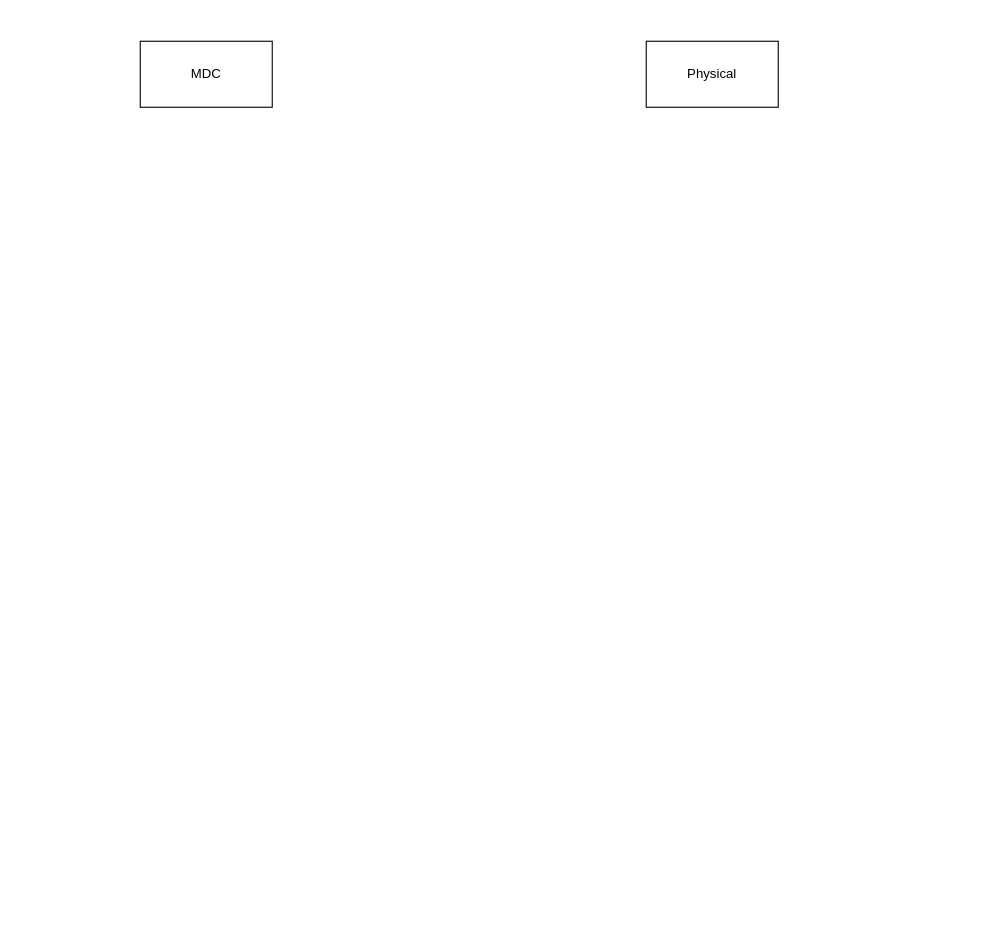
Before: study/Test_Structure.drawio in q30china/draw, a draw.io diagram. Source tidied: cells renumbered, new cells numbered last; positions are measured from the earlier drawing's top-left corner, leaving out a move shared by most shapes. Both pictures are drawn from the tidied source at 110%, with x=0, y=0 at pixel (140, 41).
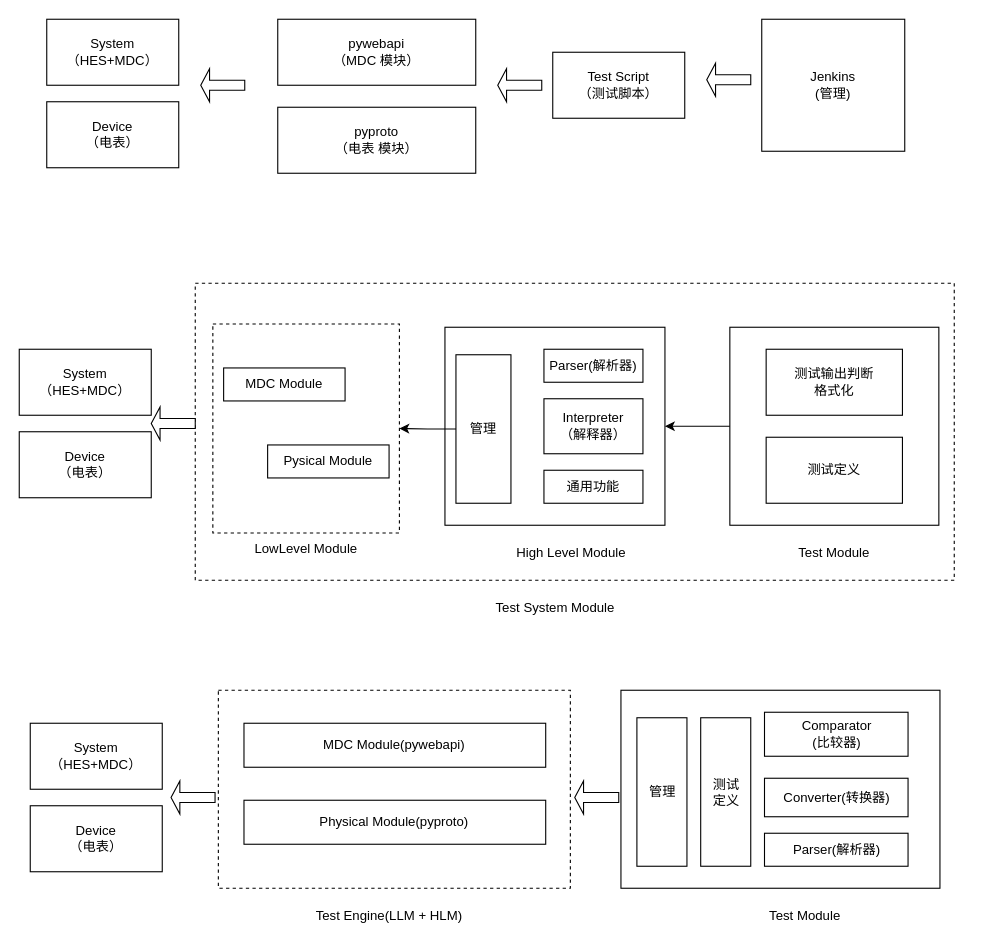
The same page after the edit.

What changed in the source:
```diff
@@
+    <mxCell id="4" style="group;" parent="1" vertex="1">
+      <mxGeometry x="-85" y="-20" width="780" height="140" as="geometry" />
+    </mxCell>
-    <mxCell id="2" value="MDC" style="rounded=0;whiteSpace=wrap;html=1;" parent="1" vertex="1">
-      <mxGeometry width="120" height="60" as="geometry" />
+    <mxCell id="2" value="Test Script&lt;div&gt;（测试脚本）&lt;/div&gt;" style="rounded=0;whiteSpace=wrap;html=1;" parent="4" vertex="1">
+      <mxGeometry x="460" y="30" width="120" height="60" as="geometry" />
     </mxCell>
-    <mxCell id="3" value="Physical" style="rounded=0;whiteSpace=wrap;html=1;" parent="1" vertex="1">
-      <mxGeometry x="460" width="120" height="60" as="geometry" />
+    <mxCell id="3" value="Jenkins&lt;div&gt;(管理)&lt;/div&gt;" style="rounded=0;whiteSpace=wrap;html=1;" parent="4" vertex="1">
+      <mxGeometry x="650" width="130" height="120" as="geometry" />
     </mxCell>
+    <mxCell id="5" value="pywebapi&lt;br&gt;&lt;div&gt;（MDC 模块）&lt;/div&gt;" style="rounded=0;whiteSpace=wrap;html=1;" parent="4" vertex="1">
+      <mxGeometry x="210" width="180" height="60" as="geometry" />
+    </mxCell>
+    <mxCell id="6" value="pyproto&lt;br&gt;&lt;div&gt;（电表 模块）&lt;/div&gt;" style="rounded=0;whiteSpace=wrap;html=1;" parent="4" vertex="1">
+      <mxGeometry x="210" y="80" width="180" height="60" as="geometry" />
+    </mxCell>
+    <mxCell id="7" style="shape=singleArrow;direction=west;whiteSpace=wrap;html=1;" parent="4" vertex="1">
+      <mxGeometry x="600" y="40" width="40" height="30" as="geometry" />
+    </mxCell>
+    <mxCell id="8" style="shape=singleArrow;direction=west;whiteSpace=wrap;html=1;" parent="4" vertex="1">
+      <mxGeometry x="410" y="45" width="40" height="30" as="geometry" />
+    </mxCell>
+    <mxCell id="9" style="shape=singleArrow;direction=west;whiteSpace=wrap;html=1;" parent="4" vertex="1">
+      <mxGeometry x="140" y="45" width="40" height="30" as="geometry" />
+    </mxCell>
+    <mxCell id="10" style="group;" parent="4" vertex="1">
+      <mxGeometry width="120" height="135" as="geometry" />
+    </mxCell>
+    <mxCell id="11" value="System&lt;div&gt;（HES+MDC）&lt;/div&gt;" style="rounded=0;whiteSpace=wrap;html=1;" parent="10" vertex="1">
+      <mxGeometry width="120" height="60" as="geometry" />
+    </mxCell>
+    <mxCell id="12" value="Device&lt;div&gt;（电表）&lt;/div&gt;" style="rounded=0;whiteSpace=wrap;html=1;" parent="10" vertex="1">
+      <mxGeometry y="75" width="120" height="60" as="geometry" />
+    </mxCell>
+    <mxCell id="13" style="group;" parent="1" vertex="1">
+      <mxGeometry x="-100" y="590" width="850" height="220" as="geometry" />
+    </mxCell>
+    <mxCell id="14" style="group;" parent="13" vertex="1">
+      <mxGeometry x="537" width="290" height="220" as="geometry" />
+    </mxCell>
+    <mxCell id="15" style="rounded=0;whiteSpace=wrap;html=1;" parent="14" vertex="1">
+      <mxGeometry width="290" height="180" as="geometry" />
+    </mxCell>
+    <mxCell id="16" value="Comparator&lt;br&gt;&lt;div&gt;(比较器)&lt;/div&gt;" style="rounded=0;whiteSpace=wrap;html=1;" parent="14" vertex="1">
+      <mxGeometry x="130.5" y="20" width="130.5" height="40" as="geometry" />
+    </mxCell>
+    <mxCell id="17" value="Converter(转换器)" style="rounded=0;whiteSpace=wrap;html=1;" parent="14" vertex="1">
+      <mxGeometry x="130.5" y="80" width="130.5" height="35" as="geometry" />
+    </mxCell>
+    <mxCell id="18" value="Parser(解析器)" style="rounded=0;whiteSpace=wrap;html=1;" parent="14" vertex="1">
+      <mxGeometry x="130.5" y="130" width="130.5" height="30" as="geometry" />
+    </mxCell>
+    <mxCell id="19" value="管理" style="rounded=0;whiteSpace=wrap;html=1;" parent="14" vertex="1">
+      <mxGeometry x="14.5" y="25" width="45.5" height="135" as="geometry" />
+    </mxCell>
+    <mxCell id="20" value="Test Module" style="text;html=1;align=center;verticalAlign=middle;whiteSpace=wrap;rounded=0;" parent="14" vertex="1">
+      <mxGeometry x="72.5" y="190" width="188.5" height="30" as="geometry" />
+    </mxCell>
+    <mxCell id="21" value="测试&lt;div&gt;定义&lt;/div&gt;" style="rounded=0;whiteSpace=wrap;html=1;" parent="14" vertex="1">
+      <mxGeometry x="72.5" y="25" width="45.5" height="135" as="geometry" />
+    </mxCell>
+    <mxCell id="22" style="group;" parent="13" vertex="1">
+      <mxGeometry y="30" width="120" height="135" as="geometry" />
+    </mxCell>
+    <mxCell id="23" value="System&lt;div&gt;（HES+MDC）&lt;/div&gt;" style="rounded=0;whiteSpace=wrap;html=1;" parent="22" vertex="1">
+      <mxGeometry width="120" height="60" as="geometry" />
+    </mxCell>
+    <mxCell id="24" value="Device&lt;div&gt;（电表）&lt;/div&gt;" style="rounded=0;whiteSpace=wrap;html=1;" parent="22" vertex="1">
+      <mxGeometry y="75" width="120" height="60" as="geometry" />
+    </mxCell>
+    <mxCell id="25" style="shape=singleArrow;direction=west;whiteSpace=wrap;html=1;" parent="13" vertex="1">
+      <mxGeometry x="128" y="82.5" width="40" height="30" as="geometry" />
+    </mxCell>
+    <mxCell id="26" style="group;" parent="13" vertex="1">
+      <mxGeometry x="171" width="320" height="220" as="geometry" />
+    </mxCell>
+    <mxCell id="27" style="rounded=0;whiteSpace=wrap;html=1;dashed=1;" parent="26" vertex="1">
+      <mxGeometry width="320" height="180" as="geometry" />
+    </mxCell>
+    <mxCell id="28" value="&lt;div&gt;MDC Module(pywebapi)&lt;/div&gt;" style="rounded=0;whiteSpace=wrap;html=1;" parent="26" vertex="1">
+      <mxGeometry x="23.3" y="30" width="274.3" height="40" as="geometry" />
+    </mxCell>
+    <mxCell id="29" value="Physical Module(pyproto)" style="rounded=0;whiteSpace=wrap;html=1;" parent="26" vertex="1">
+      <mxGeometry x="23.3" y="100" width="274.3" height="40" as="geometry" />
+    </mxCell>
+    <mxCell id="30" value="Test Engine(LLM + HLM)" style="text;html=1;align=center;verticalAlign=middle;whiteSpace=wrap;rounded=0;" parent="26" vertex="1">
+      <mxGeometry x="47.7" y="190" width="215.4" height="30" as="geometry" />
+    </mxCell>
+    <mxCell id="31" style="shape=singleArrow;direction=west;whiteSpace=wrap;html=1;" parent="13" vertex="1">
+      <mxGeometry x="495" y="82.5" width="40" height="30" as="geometry" />
+    </mxCell>
+    <mxCell id="32" style="group;" parent="1" vertex="1">
+      <mxGeometry x="-110" y="220" width="850" height="310" as="geometry" />
+    </mxCell>
+    <mxCell id="33" style="rounded=0;whiteSpace=wrap;html=1;dashed=1;" parent="32" vertex="1">
+      <mxGeometry x="160" width="690" height="270" as="geometry" />
+    </mxCell>
+    <mxCell id="34" style="group;" parent="32" vertex="1">
+      <mxGeometry x="646" y="40" width="190" height="220" as="geometry" />
+    </mxCell>
+    <mxCell id="35" style="rounded=0;whiteSpace=wrap;html=1;" parent="34" vertex="1">
+      <mxGeometry width="190" height="180" as="geometry" />
+    </mxCell>
+    <mxCell id="36" value="测试输出判断&lt;div&gt;格式化&lt;/div&gt;" style="rounded=0;whiteSpace=wrap;html=1;" parent="34" vertex="1">
+      <mxGeometry x="33" y="20" width="123.9" height="60" as="geometry" />
+    </mxCell>
+    <mxCell id="37" value="测试定义" style="rounded=0;whiteSpace=wrap;html=1;" parent="34" vertex="1">
+      <mxGeometry x="33" y="100" width="123.9" height="60" as="geometry" />
+    </mxCell>
+    <mxCell id="38" value="Test Module" style="text;html=1;align=center;verticalAlign=middle;whiteSpace=wrap;rounded=0;" parent="34" vertex="1">
+      <mxGeometry x="59.9" y="190" width="70.2" height="30" as="geometry" />
+    </mxCell>
+    <mxCell id="39" style="group;" parent="32" vertex="1">
+      <mxGeometry x="387" y="40" width="200" height="220" as="geometry" />
+    </mxCell>
+    <mxCell id="40" style="rounded=0;whiteSpace=wrap;html=1;" parent="39" vertex="1">
+      <mxGeometry width="200" height="180" as="geometry" />
+    </mxCell>
+    <mxCell id="41" value="Parser(解析器)" style="rounded=0;whiteSpace=wrap;html=1;" parent="39" vertex="1">
+      <mxGeometry x="90" y="20" width="90" height="30" as="geometry" />
+    </mxCell>
+    <mxCell id="42" value="Interpreter&lt;div&gt;（解释器）&lt;/div&gt;" style="rounded=0;whiteSpace=wrap;html=1;" parent="39" vertex="1">
+      <mxGeometry x="90" y="65" width="90" height="50" as="geometry" />
+    </mxCell>
+    <mxCell id="43" value="通用功能" style="rounded=0;whiteSpace=wrap;html=1;" parent="39" vertex="1">
+      <mxGeometry x="90" y="130" width="90" height="30" as="geometry" />
+    </mxCell>
+    <mxCell id="44" value="管理" style="rounded=0;whiteSpace=wrap;html=1;" parent="39" vertex="1">
+      <mxGeometry x="10" y="25" width="50" height="135" as="geometry" />
+    </mxCell>
+    <mxCell id="45" value="High Level Module" style="text;html=1;align=center;verticalAlign=middle;whiteSpace=wrap;rounded=0;" parent="39" vertex="1">
+      <mxGeometry x="50" y="190" width="130" height="30" as="geometry" />
+    </mxCell>
+    <mxCell id="46" style="group;" parent="32" vertex="1">
+      <mxGeometry x="176" y="37" width="169.6" height="220" as="geometry" />
+    </mxCell>
+    <mxCell id="47" style="rounded=0;whiteSpace=wrap;html=1;dashed=1;" parent="46" vertex="1">
+      <mxGeometry width="169.6" height="190" as="geometry" />
+    </mxCell>
+    <mxCell id="48" value="Pysical Module" style="rounded=0;whiteSpace=wrap;html=1;" parent="46" vertex="1">
+      <mxGeometry x="49.8" y="110" width="110.4" height="30" as="geometry" />
+    </mxCell>
+    <mxCell id="49" value="LowLevel Module" style="text;html=1;align=center;verticalAlign=middle;whiteSpace=wrap;rounded=0;" parent="46" vertex="1">
+      <mxGeometry x="36.7" y="190" width="96.1" height="30" as="geometry" />
+    </mxCell>
+    <mxCell id="50" value="MDC Module" style="rounded=0;whiteSpace=wrap;html=1;" parent="46" vertex="1">
+      <mxGeometry x="9.8" y="40" width="110.4" height="30" as="geometry" />
+    </mxCell>
+    <mxCell id="51" style="group;" parent="32" vertex="1">
+      <mxGeometry y="60" width="120" height="135" as="geometry" />
+    </mxCell>
+    <mxCell id="52" value="System&lt;div&gt;（HES+MDC）&lt;/div&gt;" style="rounded=0;whiteSpace=wrap;html=1;" parent="51" vertex="1">
+      <mxGeometry width="120" height="60" as="geometry" />
+    </mxCell>
+    <mxCell id="53" value="Device&lt;div&gt;（电表）&lt;/div&gt;" style="rounded=0;whiteSpace=wrap;html=1;" parent="51" vertex="1">
+      <mxGeometry y="75" width="120" height="60" as="geometry" />
+    </mxCell>
+    <mxCell id="54" style="edgeStyle=orthogonalEdgeStyle;rounded=0;jettySize=auto;html=1;" parent="32" edge="1" source="35" target="40">
+      <mxGeometry relative="1" as="geometry" />
+    </mxCell>
+    <mxCell id="55" style="edgeStyle=orthogonalEdgeStyle;rounded=0;jettySize=auto;html=1;" parent="32" edge="1" source="44" target="47">
+      <mxGeometry relative="1" as="geometry" />
+    </mxCell>
+    <mxCell id="56" style="shape=singleArrow;direction=west;whiteSpace=wrap;html=1;" parent="32" vertex="1">
+      <mxGeometry x="120" y="112.5" width="40" height="30" as="geometry" />
+    </mxCell>
+    <mxCell id="57" value="Test System Module" style="text;html=1;align=center;verticalAlign=middle;whiteSpace=wrap;rounded=0;" parent="32" vertex="1">
+      <mxGeometry x="384.5" y="280" width="205" height="30" as="geometry" />
+    </mxCell>
```
